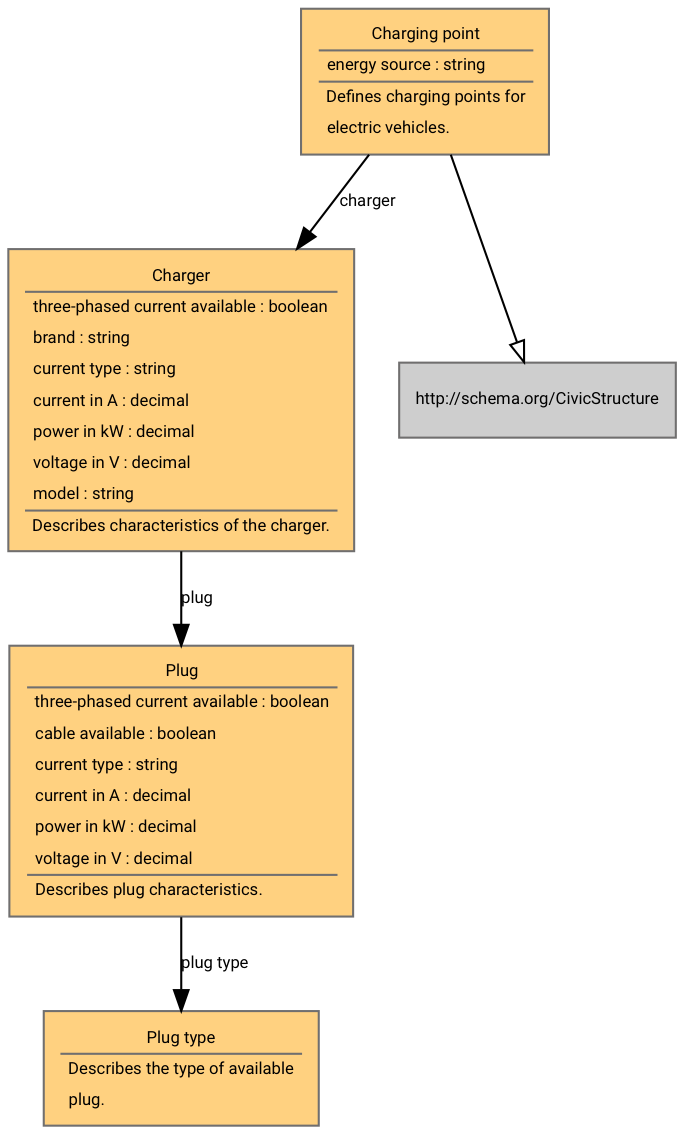
The Graphviz diagram diagrams/ChargingPoints.ttl.dot.png in vocol/mobivoc, before a commit. Its source is kept beside it as diagrams/ChargingPoints.ttl.dot. The source it was exported from:
```dot
digraph "http://schema.mobivoc.org/" {
rankdir=TB

        fontname = "Roboto"
        fontsize = 8
        dpi = 150
        overlap=false
        forcelabels=true
        nodesep=0.3
        ratio = fill
        margin=0

        node [
                fontname = "Roboto"
                fontsize = 8
                shape = "rect"
                style=filled
                fontcolor=black
                fillcolor="#CECECE"
                color="#706f6f"
        ]

        edge [
                fontname = "Roboto"
                fontsize = 8
        ]
"http://schema.mobivoc.org/Charger" [fillcolor="#FFD180" fontcolor= "#000000", label=<<TABLE border="0"><TR><TD ALIGN="CENTER" HREF="http://schema.mobivoc.org/Charger">Charger</TD></TR><HR/><TR><TD ALIGN="LEFT" HREF="http://schema.mobivoc.org/threePhasedCurrentAvailable">three-phased current available : boolean</TD></TR><TR><TD ALIGN="LEFT" HREF="http://schema.mobivoc.org/brand">brand : string</TD></TR><TR><TD ALIGN="LEFT" HREF="http://schema.mobivoc.org/currentType">current type : string</TD></TR><TR><TD ALIGN="LEFT" HREF="http://schema.mobivoc.org/currentInA">current in A : decimal</TD></TR><TR><TD ALIGN="LEFT" HREF="http://schema.mobivoc.org/powerInKW">power in kW : decimal</TD></TR><TR><TD ALIGN="LEFT" HREF="http://schema.mobivoc.org/voltageInV">voltage in V : decimal</TD></TR><TR><TD ALIGN="LEFT" HREF="http://schema.mobivoc.org/model">model : string</TD></TR><HR/><TR><TD ALIGN="LEFT">Describes characteristics of the charger.</TD></TR></TABLE>>]
"http://schema.mobivoc.org/PlugType" [fillcolor="#FFD180" fontcolor= "#000000", label=<<TABLE border="0"><TR><TD ALIGN="CENTER" HREF="http://schema.mobivoc.org/PlugType">Plug type</TD></TR><HR/><TR><TD ALIGN="LEFT">Describes the type of available</TD></TR><TR><TD ALIGN="LEFT">plug.</TD></TR></TABLE>>]
"http://schema.mobivoc.org/Plug" [fillcolor="#FFD180" fontcolor= "#000000", label=<<TABLE border="0"><TR><TD ALIGN="CENTER" HREF="http://schema.mobivoc.org/Plug">Plug</TD></TR><HR/><TR><TD ALIGN="LEFT" HREF="http://schema.mobivoc.org/threePhasedCurrentAvailable">three-phased current available : boolean</TD></TR><TR><TD ALIGN="LEFT" HREF="http://schema.mobivoc.org/cableAvailable">cable available : boolean</TD></TR><TR><TD ALIGN="LEFT" HREF="http://schema.mobivoc.org/currentType">current type : string</TD></TR><TR><TD ALIGN="LEFT" HREF="http://schema.mobivoc.org/currentInA">current in A : decimal</TD></TR><TR><TD ALIGN="LEFT" HREF="http://schema.mobivoc.org/powerInKW">power in kW : decimal</TD></TR><TR><TD ALIGN="LEFT" HREF="http://schema.mobivoc.org/voltageInV">voltage in V : decimal</TD></TR><HR/><TR><TD ALIGN="LEFT">Describes plug characteristics.</TD></TR></TABLE>>]
"http://schema.mobivoc.org/ChargingPoint" [fillcolor="#FFD180" fontcolor= "#000000", label=<<TABLE border="0"><TR><TD ALIGN="CENTER" HREF="http://schema.mobivoc.org/ChargingPoint">Charging point</TD></TR><HR/><TR><TD ALIGN="LEFT" HREF="http://schema.mobivoc.org/energySource">energy source : string</TD></TR><HR/><TR><TD ALIGN="LEFT">Defines charging points for</TD></TR><TR><TD ALIGN="LEFT">electric vehicles.</TD></TR></TABLE>>]
"http://schema.mobivoc.org/Plug" -> "http://schema.mobivoc.org/PlugType" [href="http://schema.mobivoc.org/plugType", label="plug type"]
"http://schema.mobivoc.org/ChargingPoint" -> "http://schema.mobivoc.org/Charger" [href="http://schema.mobivoc.org/charger", label="charger"]
"http://schema.mobivoc.org/Charger" -> "http://schema.mobivoc.org/Plug" [href="http://schema.mobivoc.org/plug", label="plug"]
"http://schema.mobivoc.org/ChargingPoint" -> "http://schema.org/CivicStructure" [arrowhead = "empty"]
}
```
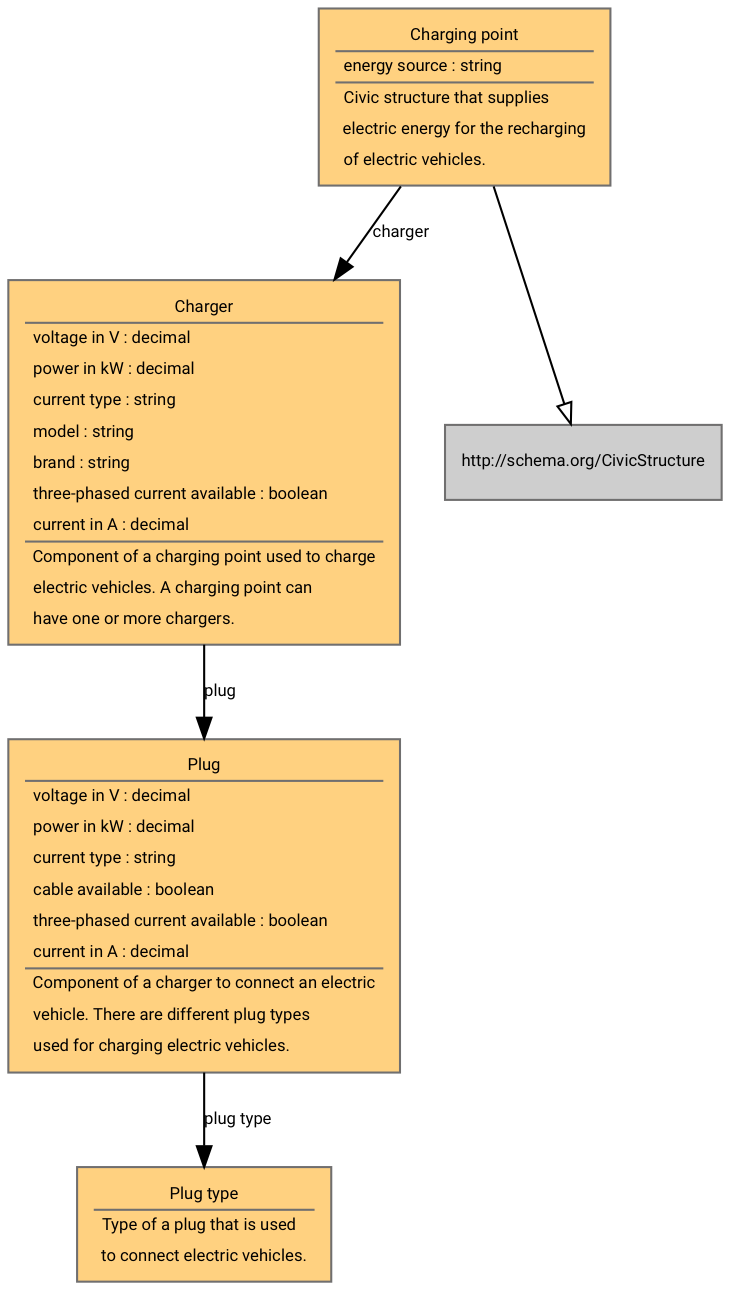
Above is the later version.

The edit, as a diff of the source:
```diff
@@ -24,12 +24,12 @@
                 fontname = "Roboto"
                 fontsize = 8
         ]
-"http://schema.mobivoc.org/Charger" [fillcolor="#FFD180" fontcolor= "#000000", label=<<TABLE border="0"><TR><TD ALIGN="CENTER" HREF="http://schema.mobivoc.org/Charger">Charger</TD></TR><HR/><TR><TD ALIGN="LEFT" HREF="http://schema.mobivoc.org/threePhasedCurrentAvailable">three-phased current available : boolean</TD></TR><TR><TD ALIGN="LEFT" HREF="http://schema.mobivoc.org/brand">brand : string</TD></TR><TR><TD ALIGN="LEFT" HREF="http://schema.mobivoc.org/currentType">current type : string</TD></TR><TR><TD ALIGN="LEFT" HREF="http://schema.mobivoc.org/currentInA">current in A : decimal</TD></TR><TR><TD ALIGN="LEFT" HREF="http://schema.mobivoc.org/powerInKW">power in kW : decimal</TD></TR><TR><TD ALIGN="LEFT" HREF="http://schema.mobivoc.org/voltageInV">voltage in V : decimal</TD></TR><TR><TD ALIGN="LEFT" HREF="http://schema.mobivoc.org/model">model : string</TD></TR><HR/><TR><TD ALIGN="LEFT">Describes characteristics of the charger.</TD></TR></TABLE>>]
-"http://schema.mobivoc.org/PlugType" [fillcolor="#FFD180" fontcolor= "#000000", label=<<TABLE border="0"><TR><TD ALIGN="CENTER" HREF="http://schema.mobivoc.org/PlugType">Plug type</TD></TR><HR/><TR><TD ALIGN="LEFT">Describes the type of available</TD></TR><TR><TD ALIGN="LEFT">plug.</TD></TR></TABLE>>]
-"http://schema.mobivoc.org/Plug" [fillcolor="#FFD180" fontcolor= "#000000", label=<<TABLE border="0"><TR><TD ALIGN="CENTER" HREF="http://schema.mobivoc.org/Plug">Plug</TD></TR><HR/><TR><TD ALIGN="LEFT" HREF="http://schema.mobivoc.org/threePhasedCurrentAvailable">three-phased current available : boolean</TD></TR><TR><TD ALIGN="LEFT" HREF="http://schema.mobivoc.org/cableAvailable">cable available : boolean</TD></TR><TR><TD ALIGN="LEFT" HREF="http://schema.mobivoc.org/currentType">current type : string</TD></TR><TR><TD ALIGN="LEFT" HREF="http://schema.mobivoc.org/currentInA">current in A : decimal</TD></TR><TR><TD ALIGN="LEFT" HREF="http://schema.mobivoc.org/powerInKW">power in kW : decimal</TD></TR><TR><TD ALIGN="LEFT" HREF="http://schema.mobivoc.org/voltageInV">voltage in V : decimal</TD></TR><HR/><TR><TD ALIGN="LEFT">Describes plug characteristics.</TD></TR></TABLE>>]
-"http://schema.mobivoc.org/ChargingPoint" [fillcolor="#FFD180" fontcolor= "#000000", label=<<TABLE border="0"><TR><TD ALIGN="CENTER" HREF="http://schema.mobivoc.org/ChargingPoint">Charging point</TD></TR><HR/><TR><TD ALIGN="LEFT" HREF="http://schema.mobivoc.org/energySource">energy source : string</TD></TR><HR/><TR><TD ALIGN="LEFT">Defines charging points for</TD></TR><TR><TD ALIGN="LEFT">electric vehicles.</TD></TR></TABLE>>]
+"http://schema.mobivoc.org/PlugType" [fillcolor="#FFD180" fontcolor= "#000000", label=<<TABLE border="0"><TR><TD ALIGN="CENTER" HREF="http://schema.mobivoc.org/PlugType">Plug type</TD></TR><HR/><TR><TD ALIGN="LEFT">Type of a plug that is used</TD></TR><TR><TD ALIGN="LEFT">to connect electric vehicles.</TD></TR></TABLE>>]
+"http://schema.mobivoc.org/Plug" [fillcolor="#FFD180" fontcolor= "#000000", label=<<TABLE border="0"><TR><TD ALIGN="CENTER" HREF="http://schema.mobivoc.org/Plug">Plug</TD></TR><HR/><TR><TD ALIGN="LEFT" HREF="http://schema.mobivoc.org/voltageInV">voltage in V : decimal</TD></TR><TR><TD ALIGN="LEFT" HREF="http://schema.mobivoc.org/powerInKW">power in kW : decimal</TD></TR><TR><TD ALIGN="LEFT" HREF="http://schema.mobivoc.org/currentType">current type : string</TD></TR><TR><TD ALIGN="LEFT" HREF="http://schema.mobivoc.org/cableAvailable">cable available : boolean</TD></TR><TR><TD ALIGN="LEFT" HREF="http://schema.mobivoc.org/threePhasedCurrentAvailable">three-phased current available : boolean</TD></TR><TR><TD ALIGN="LEFT" HREF="http://schema.mobivoc.org/currentInA">current in A : decimal</TD></TR><HR/><TR><TD ALIGN="LEFT">Component of a charger to connect an electric</TD></TR><TR><TD ALIGN="LEFT">vehicle. There are different plug types</TD></TR><TR><TD ALIGN="LEFT">used for charging electric vehicles.</TD></TR></TABLE>>]
+"http://schema.mobivoc.org/ChargingPoint" [fillcolor="#FFD180" fontcolor= "#000000", label=<<TABLE border="0"><TR><TD ALIGN="CENTER" HREF="http://schema.mobivoc.org/ChargingPoint">Charging point</TD></TR><HR/><TR><TD ALIGN="LEFT" HREF="http://schema.mobivoc.org/energySource">energy source : string</TD></TR><HR/><TR><TD ALIGN="LEFT">Civic structure that supplies</TD></TR><TR><TD ALIGN="LEFT">electric energy for the recharging</TD></TR><TR><TD ALIGN="LEFT">of electric vehicles.</TD></TR></TABLE>>]
+"http://schema.mobivoc.org/Charger" [fillcolor="#FFD180" fontcolor= "#000000", label=<<TABLE border="0"><TR><TD ALIGN="CENTER" HREF="http://schema.mobivoc.org/Charger">Charger</TD></TR><HR/><TR><TD ALIGN="LEFT" HREF="http://schema.mobivoc.org/voltageInV">voltage in V : decimal</TD></TR><TR><TD ALIGN="LEFT" HREF="http://schema.mobivoc.org/powerInKW">power in kW : decimal</TD></TR><TR><TD ALIGN="LEFT" HREF="http://schema.mobivoc.org/currentType">current type : string</TD></TR><TR><TD ALIGN="LEFT" HREF="http://schema.mobivoc.org/model">model : string</TD></TR><TR><TD ALIGN="LEFT" HREF="http://schema.mobivoc.org/brand">brand : string</TD></TR><TR><TD ALIGN="LEFT" HREF="http://schema.mobivoc.org/threePhasedCurrentAvailable">three-phased current available : boolean</TD></TR><TR><TD ALIGN="LEFT" HREF="http://schema.mobivoc.org/currentInA">current in A : decimal</TD></TR><HR/><TR><TD ALIGN="LEFT">Component of a charging point used to charge</TD></TR><TR><TD ALIGN="LEFT">electric vehicles. A charging point can</TD></TR><TR><TD ALIGN="LEFT">have one or more chargers.</TD></TR></TABLE>>]
+"http://schema.mobivoc.org/Charger" -> "http://schema.mobivoc.org/Plug" [href="http://schema.mobivoc.org/plug", label="plug"]
+"http://schema.mobivoc.org/ChargingPoint" -> "http://schema.mobivoc.org/Charger" [href="http://schema.mobivoc.org/charger", label="charger"]
 "http://schema.mobivoc.org/Plug" -> "http://schema.mobivoc.org/PlugType" [href="http://schema.mobivoc.org/plugType", label="plug type"]
-"http://schema.mobivoc.org/ChargingPoint" -> "http://schema.mobivoc.org/Charger" [href="http://schema.mobivoc.org/charger", label="charger"]
-"http://schema.mobivoc.org/Charger" -> "http://schema.mobivoc.org/Plug" [href="http://schema.mobivoc.org/plug", label="plug"]
 "http://schema.mobivoc.org/ChargingPoint" -> "http://schema.org/CivicStructure" [arrowhead = "empty"]
 }
```
